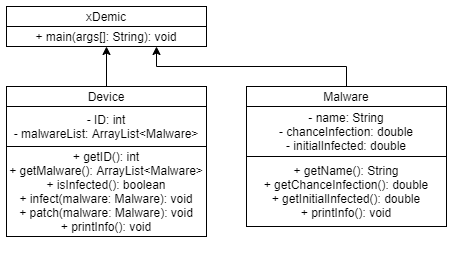
This is xDemic/doc/uml.png from JakobH3/xDemic, a draw.io export, as it was before one commit. Source tidied: cells renumbered, new cells last; positions are measured from the earlier drawing's top-left corner, leaving out a move shared by most shapes.
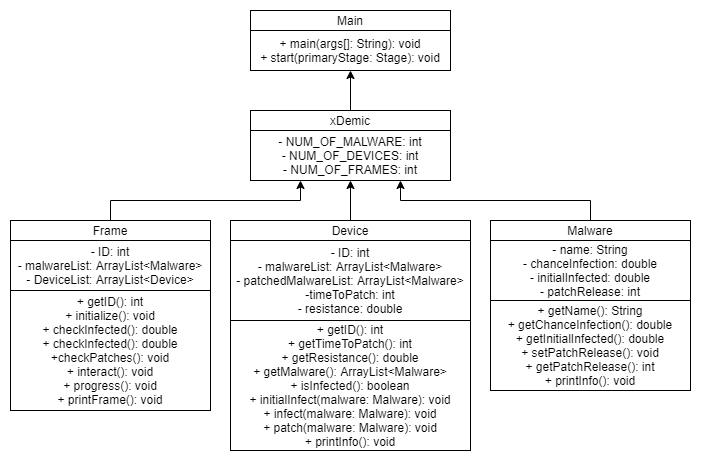
Above is the later version.

What changed in the source:
```diff
@@ -3,41 +3,62 @@
     <mxCell id="0" />
     <mxCell id="1" parent="0" />
     <mxCell id="2" value="xDemic" style="rounded=0;whiteSpace=wrap;html=1;" parent="1" vertex="1">
-      <mxGeometry width="200" height="20" as="geometry" />
+      <mxGeometry x="240" y="150" width="200" height="20" as="geometry" />
     </mxCell>
-    <mxCell id="3" value="+ main(args[]: String): void" style="rounded=0;whiteSpace=wrap;html=1;" parent="1" vertex="1">
-      <mxGeometry y="20" width="200" height="20" as="geometry" />
+    <mxCell id="3" value="- NUM_OF_MALWARE: int&lt;br&gt;- NUM_OF_DEVICES: int&lt;br&gt;- NUM_OF_FRAMES: int" style="rounded=0;whiteSpace=wrap;html=1;" parent="1" vertex="1">
+      <mxGeometry x="240" y="170" width="200" height="50" as="geometry" />
     </mxCell>
-    <mxCell id="4" style="edgeStyle=orthogonalEdgeStyle;rounded=0;jettySize=auto;html=1;" parent="1" edge="1" source="5">
-      <mxGeometry relative="1" as="geometry">
-        <mxPoint x="100" y="40" as="targetPoint" />
-      </mxGeometry>
-    </mxCell>
+    <mxCell id="12" style="edgeStyle=orthogonalEdgeStyle;rounded=0;jettySize=auto;html=1;exitX=0.5;exitY=0;exitDx=0;exitDy=0;entryX=0.5;entryY=1;entryDx=0;entryDy=0;" parent="1" edge="1" source="5" target="3">
+      <mxGeometry relative="1" as="geometry" />
+    </mxCell>
     <mxCell id="5" value="Device" style="rounded=0;whiteSpace=wrap;html=1;" parent="1" vertex="1">
-      <mxGeometry y="80" width="200" height="20" as="geometry" />
+      <mxGeometry x="220" y="260" width="240" height="20" as="geometry" />
     </mxCell>
-    <mxCell id="6" value="- ID: int&lt;br&gt;- malwareList: ArrayList&amp;lt;Malware&amp;gt;" style="rounded=0;whiteSpace=wrap;html=1;" parent="1" vertex="1">
-      <mxGeometry y="100" width="200" height="40" as="geometry" />
+    <mxCell id="6" value="- ID: int&lt;br&gt;- malwareList: ArrayList&amp;lt;Malware&amp;gt;&lt;br&gt;- patchedMalwareList: ArrayList&amp;lt;Malware&amp;gt;&lt;br&gt;-timeToPatch: int&lt;br&gt;- resistance: double" style="rounded=0;whiteSpace=wrap;html=1;" parent="1" vertex="1">
+      <mxGeometry x="220" y="280" width="240" height="80" as="geometry" />
     </mxCell>
-    <mxCell id="7" value="+ getID(): int&lt;br&gt;+ getMalware(): ArrayList&amp;lt;Malware&amp;gt;&lt;br&gt;+ isInfected(): boolean&lt;br&gt;+ infect(malware: Malware): void&lt;br&gt;+ patch(malware: Malware): void&lt;br&gt;+ printInfo(): void" style="rounded=0;whiteSpace=wrap;html=1;" parent="1" vertex="1">
-      <mxGeometry y="140" width="200" height="90" as="geometry" />
+    <mxCell id="7" value="+ getID(): int&lt;br&gt;+ getTimeToPatch(): int&lt;br&gt;+ getResistance(): double&lt;br&gt;+ getMalware(): ArrayList&amp;lt;Malware&amp;gt;&lt;br&gt;+ isInfected(): boolean&lt;br&gt;+ initialInfect(malware: Malware): void&lt;br&gt;+ infect(malware: Malware): void&lt;br&gt;+ patch(malware: Malware): void&lt;br&gt;+ printInfo(): void" style="rounded=0;whiteSpace=wrap;html=1;" parent="1" vertex="1">
+      <mxGeometry x="220" y="360" width="240" height="130" as="geometry" />
     </mxCell>
     <mxCell id="8" style="edgeStyle=orthogonalEdgeStyle;rounded=0;jettySize=auto;html=1;entryX=0.75;entryY=1;entryDx=0;entryDy=0;" parent="1" edge="1" source="9" target="3">
       <mxGeometry relative="1" as="geometry">
         <Array as="points">
-          <mxPoint x="340" y="60" />
-          <mxPoint x="150" y="60" />
+          <mxPoint x="580" y="240" />
+          <mxPoint x="390" y="240" />
         </Array>
       </mxGeometry>
     </mxCell>
     <mxCell id="9" value="Malware" style="rounded=0;whiteSpace=wrap;html=1;" parent="1" vertex="1">
-      <mxGeometry x="240" y="80" width="200" height="20" as="geometry" />
+      <mxGeometry x="480" y="260" width="200" height="20" as="geometry" />
     </mxCell>
-    <mxCell id="10" value="- name: String&lt;br&gt;- chanceInfection: double&lt;br&gt;- initialInfected: double" style="rounded=0;whiteSpace=wrap;html=1;" parent="1" vertex="1">
-      <mxGeometry x="240" y="100" width="200" height="50" as="geometry" />
+    <mxCell id="10" value="- name: String&lt;br&gt;- chanceInfection: double&lt;br&gt;- initialInfected: double&lt;br&gt;- patchRelease: int" style="rounded=0;whiteSpace=wrap;html=1;" parent="1" vertex="1">
+      <mxGeometry x="480" y="280" width="200" height="60" as="geometry" />
     </mxCell>
-    <mxCell id="11" value="+ getName(): String&lt;br&gt;+ getChanceInfection(): double&lt;br&gt;+ getInitialInfected(): double&lt;br&gt;+ printInfo(): void" style="rounded=0;whiteSpace=wrap;html=1;" parent="1" vertex="1">
-      <mxGeometry x="240" y="150" width="200" height="70" as="geometry" />
+    <mxCell id="11" value="+ getName(): String&lt;br&gt;+ getChanceInfection(): double&lt;br&gt;+ getInitialInfected(): double&lt;br&gt;+ setPatchRelease(): void&lt;br&gt;+ getPatchRelease(): int&lt;br&gt;+ printInfo(): void" style="rounded=0;whiteSpace=wrap;html=1;" parent="1" vertex="1">
+      <mxGeometry x="480" y="340" width="200" height="90" as="geometry" />
     </mxCell>
+    <mxCell id="13" value="Main" style="rounded=0;whiteSpace=wrap;html=1;" parent="1" vertex="1">
+      <mxGeometry x="240" y="50" width="200" height="20" as="geometry" />
+    </mxCell>
+    <mxCell id="14" style="edgeStyle=orthogonalEdgeStyle;rounded=0;jettySize=auto;html=1;" parent="1" edge="1" target="15">
+      <mxGeometry relative="1" as="geometry">
+        <mxPoint x="340" y="150" as="sourcePoint" />
+      </mxGeometry>
+    </mxCell>
+    <mxCell id="15" value="+ main(args[]: String): void&lt;br&gt;+ start(primaryStage: Stage): void" style="rounded=0;whiteSpace=wrap;html=1;" parent="1" vertex="1">
+      <mxGeometry x="240" y="70" width="200" height="40" as="geometry" />
+    </mxCell>
+    <mxCell id="16" style="edgeStyle=orthogonalEdgeStyle;rounded=0;jettySize=auto;html=1;exitX=0.5;exitY=0;exitDx=0;exitDy=0;entryX=0.25;entryY=1;entryDx=0;entryDy=0;" parent="1" edge="1" source="17" target="3">
+      <mxGeometry relative="1" as="geometry" />
+    </mxCell>
+    <mxCell id="17" value="Frame" style="rounded=0;whiteSpace=wrap;html=1;" parent="1" vertex="1">
+      <mxGeometry y="260" width="200" height="20" as="geometry" />
+    </mxCell>
+    <mxCell id="18" value="- ID: int&lt;br&gt;- malwareList: ArrayList&amp;lt;Malware&amp;gt;&lt;br&gt;- DeviceList: ArrayList&amp;lt;Device&amp;gt;" style="rounded=0;whiteSpace=wrap;html=1;" parent="1" vertex="1">
+      <mxGeometry y="280" width="200" height="50" as="geometry" />
+    </mxCell>
+    <mxCell id="19" value="+ getID(): int&lt;br&gt;+ initialize(): void&lt;br&gt;+ checkInfected(): double&lt;br&gt;+ checkInfected(): double&lt;br&gt;+checkPatches(): void&lt;br&gt;+ interact(): void&lt;br&gt;+ progress(): void&lt;br&gt;+ printFrame(): void" style="rounded=0;whiteSpace=wrap;html=1;" parent="1" vertex="1">
+      <mxGeometry y="330" width="200" height="120" as="geometry" />
+    </mxCell>
   </root>
 </mxGraphModel>
```
